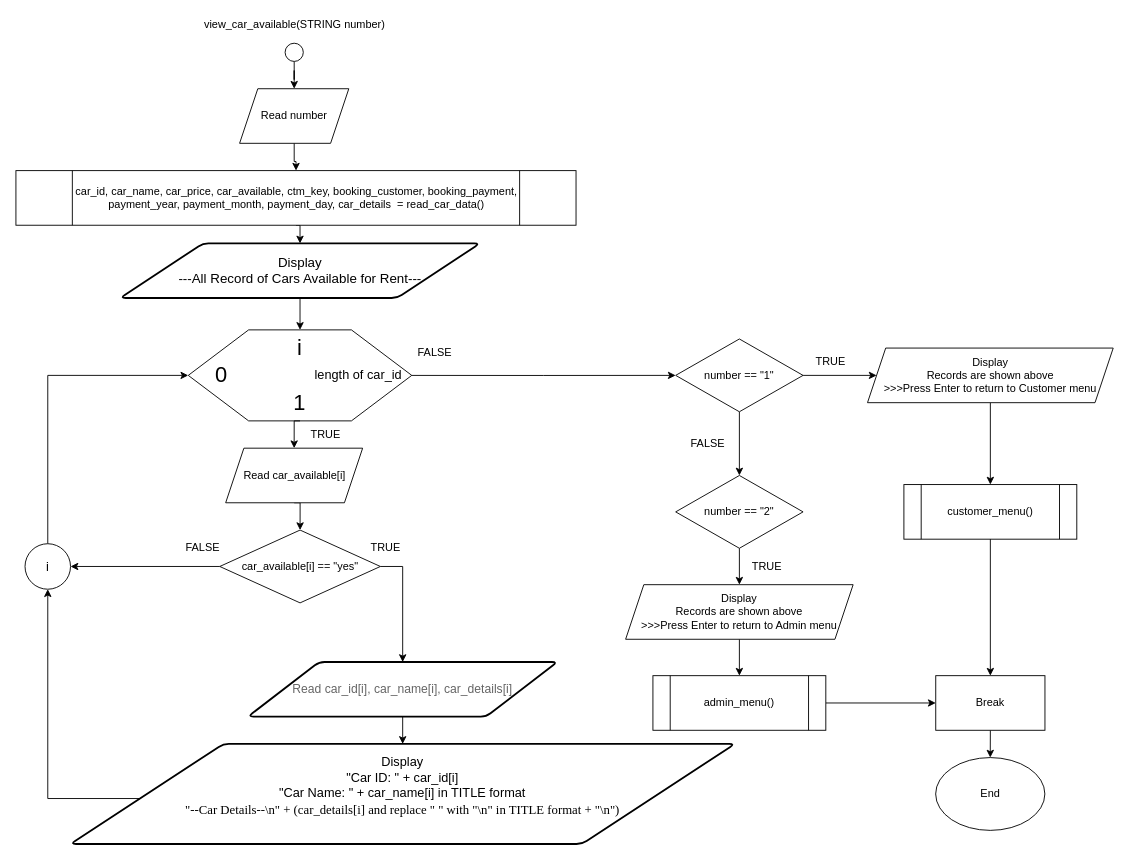
The draw.io diagram page "view_car_available(number)" (9 of 27) of Flowchart.drawio in LeeRenJie/python-assignment, before the edit. Source tidied: cells renumbered, new cells numbered last; positions are measured from the earlier drawing's top-left corner, leaving out a move shared by most shapes. Both pictures are drawn from the tidied source at 91%, with x=0, y=0 at pixel (15, 15).
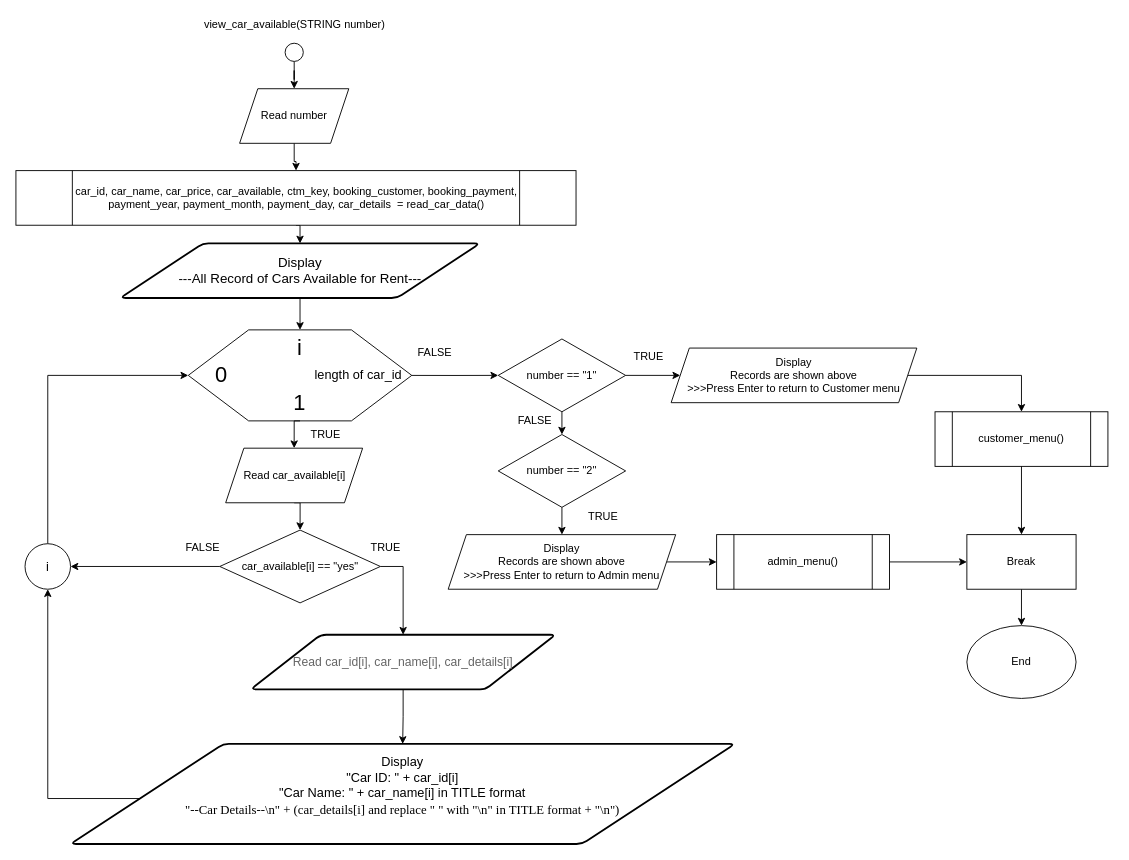
The same diagram, later.

What changed in the source:
```diff
@@
     <mxCell id="23" value="&lt;span style=&quot;font-family: &amp;#34;noto_regular&amp;#34; ; color: rgb(101 , 101 , 101) ; font-size: 10pt&quot;&gt;Read car_id[i], car_name[i], car_details[i]&lt;/span&gt;" style="shape=parallelogram;html=1;strokeWidth=2;perimeter=parallelogramPerimeter;whiteSpace=wrap;rounded=1;arcSize=12;size=0.23;" parent="1" vertex="1">
-      <mxGeometry x="255" y="710" width="340" height="60" as="geometry" />
+      <mxGeometry x="258" y="680" width="335" height="60" as="geometry" />
     </mxCell>
@@
     <mxCell id="27" value="number == &quot;1&quot;" style="rhombus;whiteSpace=wrap;html=1;" parent="1" vertex="1">
-      <mxGeometry x="725" y="355" width="140" height="80" as="geometry" />
+      <mxGeometry x="530" y="355" width="140" height="80" as="geometry" />
     </mxCell>
     <mxCell id="28" value="FALSE" style="text;html=1;align=center;verticalAlign=middle;" parent="1" vertex="1">
-      <mxGeometry x="735" y="460" width="50" height="20" as="geometry" />
+      <mxGeometry x="545" y="435" width="50" height="20" as="geometry" />
     </mxCell>
     <mxCell id="29" value="TRUE" style="text;html=1;align=center;verticalAlign=middle;" parent="1" vertex="1">
-      <mxGeometry x="870" y="370" width="50" height="20" as="geometry" />
+      <mxGeometry x="670" y="365" width="50" height="20" as="geometry" />
     </mxCell>
-    <mxCell id="30" style="edgeStyle=orthogonalEdgeStyle;rounded=0;jettySize=auto;html=1;exitX=0.5;exitY=1;exitDx=0;exitDy=0;" parent="1" edge="1" source="31" target="33">
+    <mxCell id="30" style="edgeStyle=orthogonalEdgeStyle;rounded=0;jettySize=auto;html=1;exitX=1;exitY=0.5;exitDx=0;exitDy=0;" parent="1" edge="1" source="31" target="33">
       <mxGeometry relative="1" as="geometry" />
     </mxCell>
     <mxCell id="31" value="Display&lt;br&gt;Records are shown above&lt;br&gt;&amp;gt;&amp;gt;&amp;gt;Press Enter to return to Customer menu" style="shape=parallelogram;perimeter=parallelogramPerimeter;whiteSpace=wrap;html=1;fixedSize=1;" parent="1" vertex="1">
-      <mxGeometry x="935.8" y="365" width="270" height="60" as="geometry" />
+      <mxGeometry x="720" y="365" width="270" height="60" as="geometry" />
     </mxCell>
@@
     <mxCell id="33" value="customer_menu()" style="shape=process;whiteSpace=wrap;html=1;backgroundOutline=1;" parent="1" vertex="1">
-      <mxGeometry x="975.8" y="515" width="190" height="60" as="geometry" />
+      <mxGeometry x="1010" y="435" width="190" height="60" as="geometry" />
     </mxCell>
@@
     <mxCell id="35" value="number == &quot;2&quot;" style="rhombus;whiteSpace=wrap;html=1;" parent="1" vertex="1">
-      <mxGeometry x="725" y="505" width="140" height="80" as="geometry" />
+      <mxGeometry x="530" y="460" width="140" height="80" as="geometry" />
     </mxCell>
     <mxCell id="36" value="TRUE" style="text;html=1;align=center;verticalAlign=middle;" parent="1" vertex="1">
-      <mxGeometry x="800" y="595" width="50" height="20" as="geometry" />
+      <mxGeometry x="620" y="540" width="50" height="20" as="geometry" />
     </mxCell>
-    <mxCell id="37" style="edgeStyle=orthogonalEdgeStyle;rounded=0;jettySize=auto;html=1;exitX=0.5;exitY=1;exitDx=0;exitDy=0;entryX=0.5;entryY=0;entryDx=0;entryDy=0;" parent="1" edge="1" source="38" target="40">
+    <mxCell id="37" style="edgeStyle=orthogonalEdgeStyle;rounded=0;jettySize=auto;html=1;exitX=1;exitY=0.5;exitDx=0;exitDy=0;entryX=0;entryY=0.5;entryDx=0;entryDy=0;" parent="1" edge="1" source="38" target="40">
       <mxGeometry relative="1" as="geometry" />
     </mxCell>
     <mxCell id="38" value="Display&lt;br&gt;Records are shown above&lt;br&gt;&amp;gt;&amp;gt;&amp;gt;Press Enter to return to Admin menu" style="shape=parallelogram;perimeter=parallelogramPerimeter;whiteSpace=wrap;html=1;fixedSize=1;" parent="1" vertex="1">
-      <mxGeometry x="670" y="625" width="250" height="60" as="geometry" />
+      <mxGeometry x="475" y="570" width="250" height="60" as="geometry" />
     </mxCell>
@@
     <mxCell id="40" value="admin_menu()" style="shape=process;whiteSpace=wrap;html=1;backgroundOutline=1;" parent="1" vertex="1">
-      <mxGeometry x="700" y="725" width="190" height="60" as="geometry" />
+      <mxGeometry x="770" y="570" width="190" height="60" as="geometry" />
     </mxCell>
@@
     <mxCell id="43" value="End" style="ellipse;whiteSpace=wrap;html=1;" parent="1" vertex="1">
-      <mxGeometry x="1010.7" y="815" width="120" height="80" as="geometry" />
+      <mxGeometry x="1045" y="670" width="120" height="80" as="geometry" />
     </mxCell>
     <mxCell id="44" value="Break" style="rounded=0;whiteSpace=wrap;html=1;" parent="1" vertex="1">
-      <mxGeometry x="1010.8" y="725" width="120" height="60" as="geometry" />
+      <mxGeometry x="1045" y="570" width="120" height="60" as="geometry" />
     </mxCell>
```
